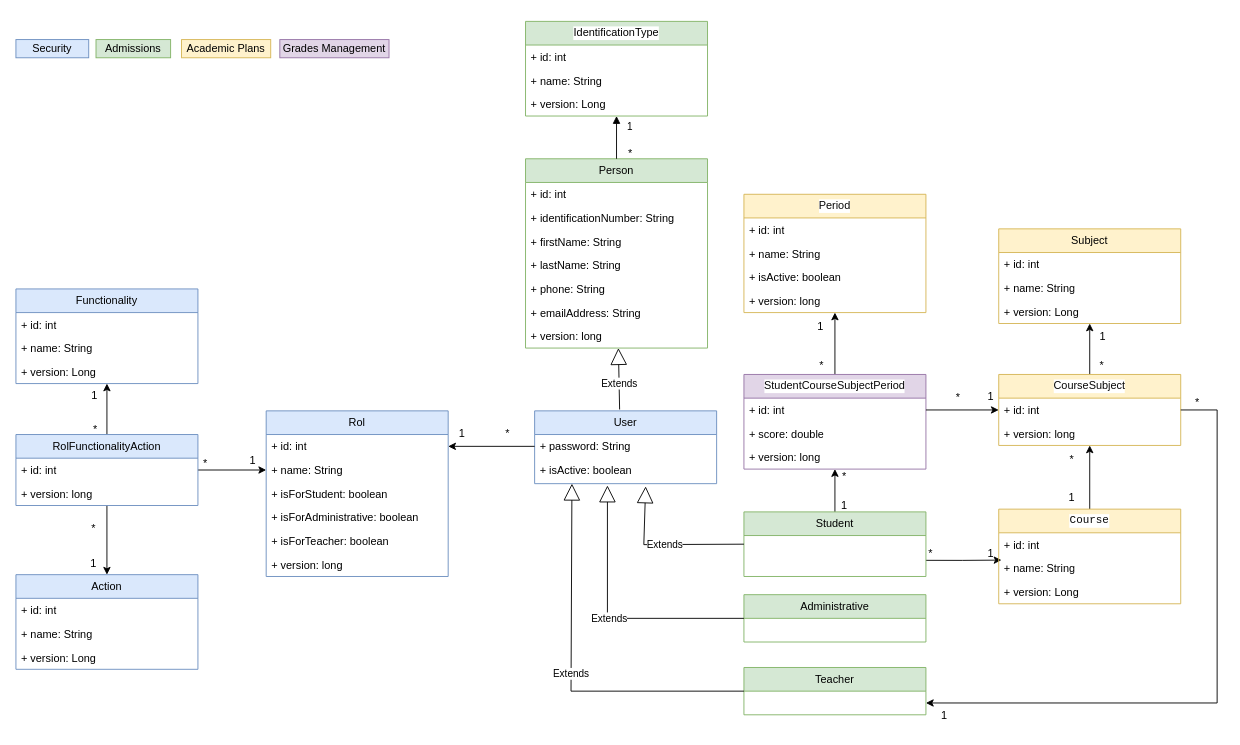
The draw.io diagram page "Data Model" (1 of 2) of src/main/resources/Project Diagrams.drawio in jchuquen/academic-register-services, before the edit. Source tidied: cells renumbered, new cells numbered last; positions are measured from the earlier drawing's top-left corner, leaving out a move shared by most shapes. Both pictures are drawn from the tidied source at 91%, with x=0, y=0 at pixel (15, 21).
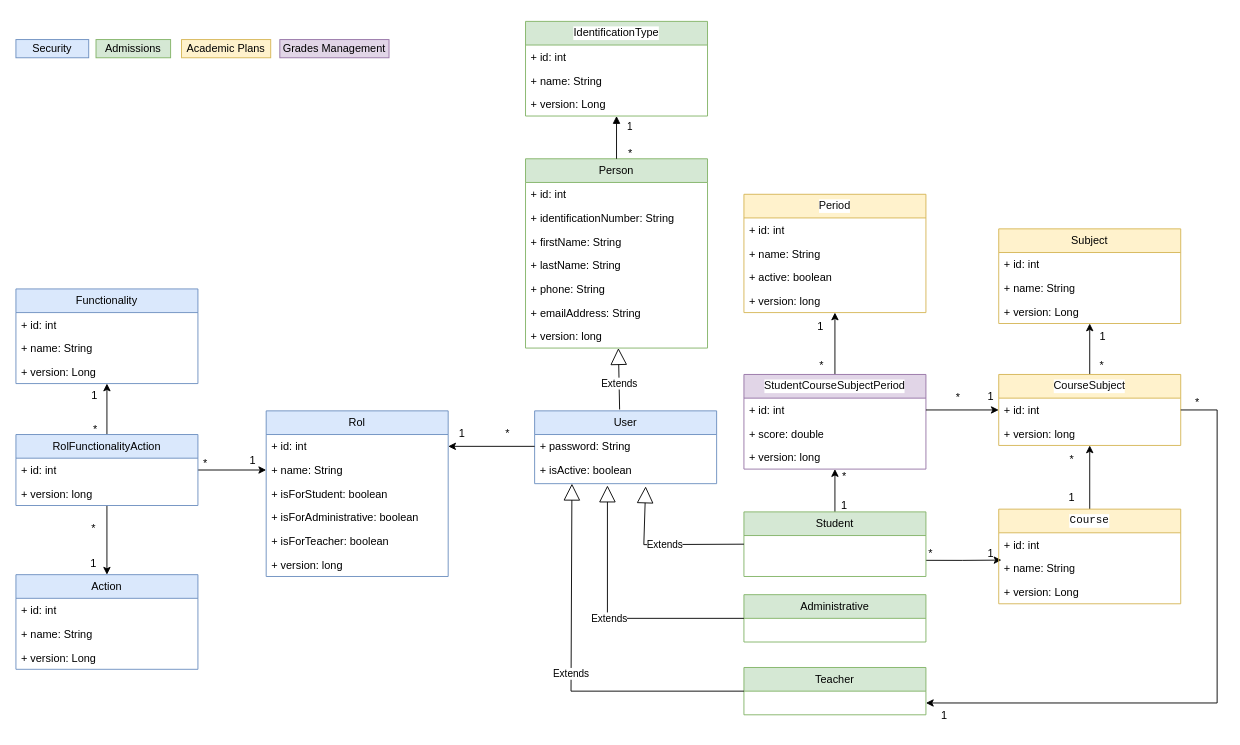
Above is the later version.

Unchanged cells that the change refers to:
```xml
<mxCell id="6" value="&lt;div style=&quot;background-color: rgb(255, 255, 255); color: rgb(8, 8, 8);&quot;&gt;&lt;pre style=&quot;&quot;&gt;&lt;font face=&quot;Helvetica&quot;&gt;Period&lt;/font&gt;&lt;/pre&gt;&lt;/div&gt;" style="swimlane;fontStyle=0;horizontal=1;startSize=26;fillColor=#fff2cc;whiteSpace=wrap;html=1;strokeColor=#d6b656;" parent="1" vertex="1">
  <mxGeometry x="800" y="190" width="200" height="130" as="geometry" />
</mxCell>
```

What changed in the source:
```diff
@@
-    <mxCell id="9" value="+ isActive: boolean" style="text;strokeColor=none;fillColor=none;align=left;verticalAlign=top;spacingLeft=4;spacingRight=4;overflow=hidden;whiteSpace=wrap;html=1;" parent="6" vertex="1">
+    <mxCell id="9" value="+ active: boolean" style="text;strokeColor=none;fillColor=none;align=left;verticalAlign=top;spacingLeft=4;spacingRight=4;overflow=hidden;whiteSpace=wrap;html=1;" parent="6" vertex="1">
       <mxGeometry y="78" width="200" height="26" as="geometry" />
     </mxCell>
```
